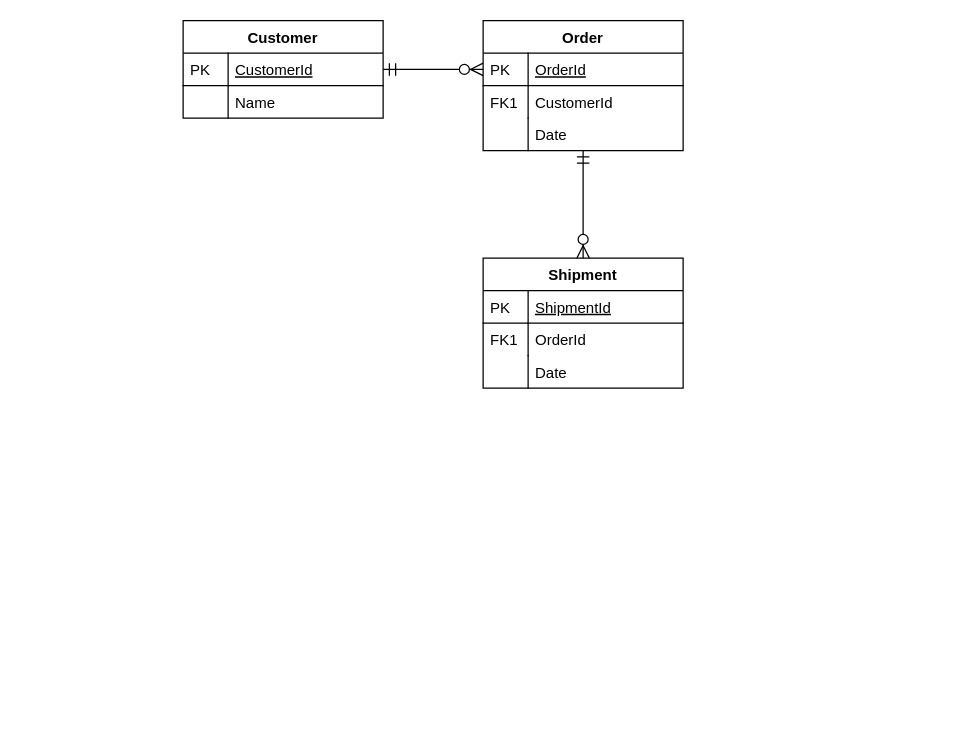
Earlier version of the draw.io diagram ehearing.drawio (avanzarit-in/e-hearing). Source tidied: cells renumbered, new cells numbered last; positions are measured from the earlier drawing's top-left corner, leaving out a move shared by most shapes. Both pictures are drawn from the tidied source at 125%, with x=0, y=0 at pixel (182, 20).
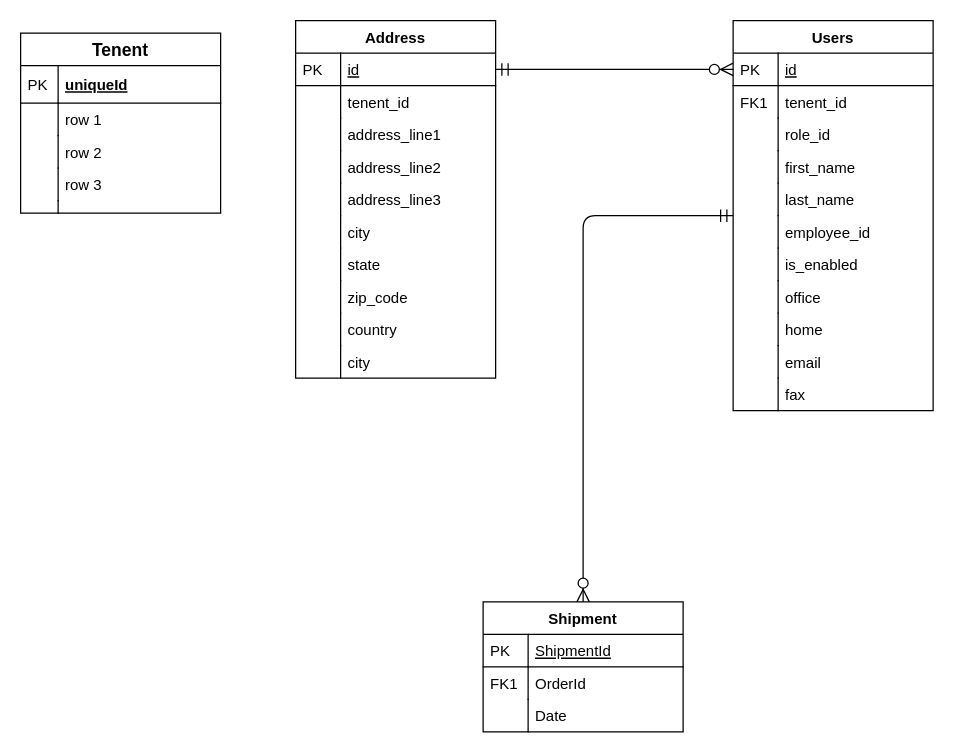
The same diagram, later.

Diff of the diagram source:
```diff
@@
-    <mxCell id="2" value="Customer" style="swimlane;fontStyle=1;horizontal=1;startSize=26;rounded=0;shadow=0;strokeWidth=1;" parent="1" vertex="1">
-      <mxGeometry width="160" height="78" as="geometry" />
-    </mxCell>
-    <mxCell id="3" value="CustomerId" style="shape=partialRectangle;top=0;left=0;right=0;bottom=1;align=left;verticalAlign=top;fillColor=none;spacingLeft=40;spacingRight=4;overflow=hidden;points=[[0,0.5],[1,0.5]];portConstraint=eastwest;rounded=0;shadow=0;strokeWidth=1;fontStyle=4;" parent="2" vertex="1">
-      <mxGeometry y="26" width="160" height="26" as="geometry" />
-    </mxCell>
-    <mxCell id="4" value="PK" style="shape=partialRectangle;top=0;left=0;bottom=0;fillColor=none;align=left;verticalAlign=top;spacingLeft=4;spacingRight=4;overflow=hidden;" parent="3" vertex="1">
-      <mxGeometry width="36" height="26" as="geometry" />
-    </mxCell>
-    <mxCell id="5" value="Name" style="shape=partialRectangle;top=0;left=0;right=0;bottom=0;align=left;verticalAlign=top;fillColor=none;spacingLeft=40;spacingRight=4;overflow=hidden;rounded=0;shadow=0;strokeWidth=1;" parent="2" vertex="1">
-      <mxGeometry y="52" width="160" height="26" as="geometry" />
-    </mxCell>
-    <mxCell id="6" style="shape=partialRectangle;top=0;left=0;bottom=0;fillColor=none;align=left;verticalAlign=top;spacingLeft=4;spacingRight=4;overflow=hidden;" parent="5" vertex="1">
-      <mxGeometry width="36" height="26" as="geometry" />
-    </mxCell>
+    <mxCell id="14" style="edgeStyle=orthogonalEdgeStyle;endArrow=ERzeroToMany;startArrow=ERmandOne;shadow=0;strokeWidth=1;endSize=8;startSize=8;" parent="1" edge="1" source="3" target="8">
+      <mxGeometry relative="1" as="geometry" />
+    </mxCell>
+    <mxCell id="22" style="edgeStyle=orthogonalEdgeStyle;endArrow=ERzeroToMany;startArrow=ERmandOne;shadow=0;strokeWidth=1;endSize=8;startSize=8;" parent="1" edge="1" source="7" target="15">
+      <mxGeometry relative="1" as="geometry" />
+    </mxCell>
-    <mxCell id="7" value="Order" style="swimlane;fontStyle=1;horizontal=1;startSize=26;rounded=0;shadow=0;strokeWidth=1;" parent="1" vertex="1">
-      <mxGeometry x="240" width="160" height="104" as="geometry" />
+    <mxCell id="7" value="Users" style="swimlane;fontStyle=1;horizontal=1;startSize=26;rounded=0;shadow=0;strokeWidth=1;" parent="1" vertex="1">
+      <mxGeometry x="440" width="160" height="312" as="geometry" />
     </mxCell>
-    <mxCell id="8" value="OrderId" style="shape=partialRectangle;top=0;left=0;right=0;bottom=1;align=left;verticalAlign=top;fillColor=none;spacingLeft=40;spacingRight=4;overflow=hidden;points=[[0,0.5],[1,0.5]];portConstraint=eastwest;rounded=0;shadow=0;strokeWidth=1;fontStyle=4;" parent="7" vertex="1">
+    <mxCell id="8" value="id" style="shape=partialRectangle;top=0;left=0;right=0;bottom=1;align=left;verticalAlign=top;fillColor=none;spacingLeft=40;spacingRight=4;overflow=hidden;points=[[0,0.5],[1,0.5]];portConstraint=eastwest;rounded=0;shadow=0;strokeWidth=1;fontStyle=4;" parent="7" vertex="1">
       <mxGeometry y="26" width="160" height="26" as="geometry" />
     </mxCell>
@@
-    <mxCell id="10" value="CustomerId" style="shape=partialRectangle;top=0;left=0;right=0;bottom=0;align=left;verticalAlign=top;fillColor=none;spacingLeft=40;spacingRight=4;overflow=hidden;rounded=0;shadow=0;strokeWidth=1;" parent="7" vertex="1">
+    <mxCell id="10" value="tenent_id" style="shape=partialRectangle;top=0;left=0;right=0;bottom=0;align=left;verticalAlign=top;fillColor=none;spacingLeft=40;spacingRight=4;overflow=hidden;rounded=0;shadow=0;strokeWidth=1;" parent="7" vertex="1">
       <mxGeometry y="52" width="160" height="26" as="geometry" />
     </mxCell>
@@
-    <mxCell id="12" value="Date" style="shape=partialRectangle;top=0;left=0;right=0;bottom=0;align=left;verticalAlign=top;fillColor=none;spacingLeft=40;spacingRight=4;overflow=hidden;rounded=0;shadow=0;strokeWidth=1;" parent="7" vertex="1">
+    <mxCell id="12" value="role_id" style="shape=partialRectangle;top=0;left=0;right=0;bottom=0;align=left;verticalAlign=top;fillColor=none;spacingLeft=40;spacingRight=4;overflow=hidden;rounded=0;shadow=0;strokeWidth=1;" parent="7" vertex="1">
       <mxGeometry y="78" width="160" height="26" as="geometry" />
     </mxCell>
@@
-    <mxCell id="14" style="edgeStyle=orthogonalEdgeStyle;endArrow=ERzeroToMany;startArrow=ERmandOne;shadow=0;strokeWidth=1;endSize=8;startSize=8;" parent="1" edge="1" source="3" target="8">
-      <mxGeometry relative="1" as="geometry" />
-    </mxCell>
+    <mxCell id="23" value="first_name" style="shape=partialRectangle;top=0;left=0;right=0;bottom=0;align=left;verticalAlign=top;fillColor=none;spacingLeft=40;spacingRight=4;overflow=hidden;rounded=0;shadow=0;strokeWidth=1;" parent="7" vertex="1">
+      <mxGeometry y="104" width="160" height="26" as="geometry" />
+    </mxCell>
+    <mxCell id="24" style="shape=partialRectangle;top=0;left=0;bottom=0;fillColor=none;align=left;verticalAlign=top;spacingLeft=4;spacingRight=4;overflow=hidden;" parent="23" vertex="1">
+      <mxGeometry width="36" height="26" as="geometry" />
+    </mxCell>
+    <mxCell id="25" value="last_name" style="shape=partialRectangle;top=0;left=0;right=0;bottom=0;align=left;verticalAlign=top;fillColor=none;spacingLeft=40;spacingRight=4;overflow=hidden;rounded=0;shadow=0;strokeWidth=1;" parent="7" vertex="1">
+      <mxGeometry y="130" width="160" height="26" as="geometry" />
+    </mxCell>
+    <mxCell id="26" style="shape=partialRectangle;top=0;left=0;bottom=0;fillColor=none;align=left;verticalAlign=top;spacingLeft=4;spacingRight=4;overflow=hidden;" parent="25" vertex="1">
+      <mxGeometry width="36" height="26" as="geometry" />
+    </mxCell>
+    <mxCell id="27" value="employee_id" style="shape=partialRectangle;top=0;left=0;right=0;bottom=0;align=left;verticalAlign=top;fillColor=none;spacingLeft=40;spacingRight=4;overflow=hidden;rounded=0;shadow=0;strokeWidth=1;" parent="7" vertex="1">
+      <mxGeometry y="156" width="160" height="26" as="geometry" />
+    </mxCell>
+    <mxCell id="28" style="shape=partialRectangle;top=0;left=0;bottom=0;fillColor=none;align=left;verticalAlign=top;spacingLeft=4;spacingRight=4;overflow=hidden;" parent="27" vertex="1">
+      <mxGeometry width="36" height="26" as="geometry" />
+    </mxCell>
+    <mxCell id="29" value="is_enabled" style="shape=partialRectangle;top=0;left=0;right=0;bottom=0;align=left;verticalAlign=top;fillColor=none;spacingLeft=40;spacingRight=4;overflow=hidden;rounded=0;shadow=0;strokeWidth=1;" parent="7" vertex="1">
+      <mxGeometry y="182" width="160" height="26" as="geometry" />
+    </mxCell>
+    <mxCell id="30" style="shape=partialRectangle;top=0;left=0;bottom=0;fillColor=none;align=left;verticalAlign=top;spacingLeft=4;spacingRight=4;overflow=hidden;" parent="29" vertex="1">
+      <mxGeometry width="36" height="26" as="geometry" />
+    </mxCell>
+    <mxCell id="31" value="office" style="shape=partialRectangle;top=0;left=0;right=0;bottom=0;align=left;verticalAlign=top;fillColor=none;spacingLeft=40;spacingRight=4;overflow=hidden;rounded=0;shadow=0;strokeWidth=1;" parent="7" vertex="1">
+      <mxGeometry y="208" width="160" height="26" as="geometry" />
+    </mxCell>
+    <mxCell id="32" style="shape=partialRectangle;top=0;left=0;bottom=0;fillColor=none;align=left;verticalAlign=top;spacingLeft=4;spacingRight=4;overflow=hidden;" parent="31" vertex="1">
+      <mxGeometry width="36" height="26" as="geometry" />
+    </mxCell>
+    <mxCell id="33" value="home" style="shape=partialRectangle;top=0;left=0;right=0;bottom=0;align=left;verticalAlign=top;fillColor=none;spacingLeft=40;spacingRight=4;overflow=hidden;rounded=0;shadow=0;strokeWidth=1;" parent="7" vertex="1">
+      <mxGeometry y="234" width="160" height="26" as="geometry" />
+    </mxCell>
+    <mxCell id="34" style="shape=partialRectangle;top=0;left=0;bottom=0;fillColor=none;align=left;verticalAlign=top;spacingLeft=4;spacingRight=4;overflow=hidden;" parent="33" vertex="1">
+      <mxGeometry width="36" height="26" as="geometry" />
+    </mxCell>
+    <mxCell id="35" value="email" style="shape=partialRectangle;top=0;left=0;right=0;bottom=0;align=left;verticalAlign=top;fillColor=none;spacingLeft=40;spacingRight=4;overflow=hidden;rounded=0;shadow=0;strokeWidth=1;" parent="7" vertex="1">
+      <mxGeometry y="260" width="160" height="26" as="geometry" />
+    </mxCell>
+    <mxCell id="36" style="shape=partialRectangle;top=0;left=0;bottom=0;fillColor=none;align=left;verticalAlign=top;spacingLeft=4;spacingRight=4;overflow=hidden;" parent="35" vertex="1">
+      <mxGeometry width="36" height="26" as="geometry" />
+    </mxCell>
+    <mxCell id="37" value="fax" style="shape=partialRectangle;top=0;left=0;right=0;bottom=0;align=left;verticalAlign=top;fillColor=none;spacingLeft=40;spacingRight=4;overflow=hidden;rounded=0;shadow=0;strokeWidth=1;" parent="7" vertex="1">
+      <mxGeometry y="286" width="160" height="26" as="geometry" />
+    </mxCell>
+    <mxCell id="38" style="shape=partialRectangle;top=0;left=0;bottom=0;fillColor=none;align=left;verticalAlign=top;spacingLeft=4;spacingRight=4;overflow=hidden;" parent="37" vertex="1">
+      <mxGeometry width="36" height="26" as="geometry" />
+    </mxCell>
+    <mxCell id="2" value="Address" style="swimlane;fontStyle=1;horizontal=1;startSize=26;rounded=0;shadow=0;strokeWidth=1;" parent="1" vertex="1">
+      <mxGeometry x="90" width="160" height="286" as="geometry" />
+    </mxCell>
+    <mxCell id="3" value="id" style="shape=partialRectangle;top=0;left=0;right=0;bottom=1;align=left;verticalAlign=top;fillColor=none;spacingLeft=40;spacingRight=4;overflow=hidden;points=[[0,0.5],[1,0.5]];portConstraint=eastwest;rounded=0;shadow=0;strokeWidth=1;fontStyle=4;" parent="2" vertex="1">
+      <mxGeometry y="26" width="160" height="26" as="geometry" />
+    </mxCell>
+    <mxCell id="4" value="PK" style="shape=partialRectangle;top=0;left=0;bottom=0;fillColor=none;align=left;verticalAlign=top;spacingLeft=4;spacingRight=4;overflow=hidden;" parent="3" vertex="1">
+      <mxGeometry width="36" height="26" as="geometry" />
+    </mxCell>
+    <mxCell id="5" value="tenent_id" style="shape=partialRectangle;top=0;left=0;right=0;bottom=0;align=left;verticalAlign=top;fillColor=none;spacingLeft=40;spacingRight=4;overflow=hidden;rounded=0;shadow=0;strokeWidth=1;" parent="2" vertex="1">
+      <mxGeometry y="52" width="160" height="26" as="geometry" />
+    </mxCell>
+    <mxCell id="6" style="shape=partialRectangle;top=0;left=0;bottom=0;fillColor=none;align=left;verticalAlign=top;spacingLeft=4;spacingRight=4;overflow=hidden;" parent="5" vertex="1">
+      <mxGeometry width="36" height="26" as="geometry" />
+    </mxCell>
+    <mxCell id="39" value="address_line1" style="shape=partialRectangle;top=0;left=0;right=0;bottom=0;align=left;verticalAlign=top;fillColor=none;spacingLeft=40;spacingRight=4;overflow=hidden;rounded=0;shadow=0;strokeWidth=1;" parent="2" vertex="1">
+      <mxGeometry y="78" width="160" height="26" as="geometry" />
+    </mxCell>
+    <mxCell id="40" style="shape=partialRectangle;top=0;left=0;bottom=0;fillColor=none;align=left;verticalAlign=top;spacingLeft=4;spacingRight=4;overflow=hidden;" parent="39" vertex="1">
+      <mxGeometry width="36" height="26" as="geometry" />
+    </mxCell>
+    <mxCell id="41" value="address_line2" style="shape=partialRectangle;top=0;left=0;right=0;bottom=0;align=left;verticalAlign=top;fillColor=none;spacingLeft=40;spacingRight=4;overflow=hidden;rounded=0;shadow=0;strokeWidth=1;" parent="2" vertex="1">
+      <mxGeometry y="104" width="160" height="26" as="geometry" />
+    </mxCell>
+    <mxCell id="42" style="shape=partialRectangle;top=0;left=0;bottom=0;fillColor=none;align=left;verticalAlign=top;spacingLeft=4;spacingRight=4;overflow=hidden;" parent="41" vertex="1">
+      <mxGeometry width="36" height="26" as="geometry" />
+    </mxCell>
+    <mxCell id="43" value="address_line3" style="shape=partialRectangle;top=0;left=0;right=0;bottom=0;align=left;verticalAlign=top;fillColor=none;spacingLeft=40;spacingRight=4;overflow=hidden;rounded=0;shadow=0;strokeWidth=1;" parent="2" vertex="1">
+      <mxGeometry y="130" width="160" height="26" as="geometry" />
+    </mxCell>
+    <mxCell id="44" style="shape=partialRectangle;top=0;left=0;bottom=0;fillColor=none;align=left;verticalAlign=top;spacingLeft=4;spacingRight=4;overflow=hidden;" parent="43" vertex="1">
+      <mxGeometry width="36" height="26" as="geometry" />
+    </mxCell>
+    <mxCell id="45" value="city" style="shape=partialRectangle;top=0;left=0;right=0;bottom=0;align=left;verticalAlign=top;fillColor=none;spacingLeft=40;spacingRight=4;overflow=hidden;rounded=0;shadow=0;strokeWidth=1;" parent="2" vertex="1">
+      <mxGeometry y="156" width="160" height="26" as="geometry" />
+    </mxCell>
+    <mxCell id="46" style="shape=partialRectangle;top=0;left=0;bottom=0;fillColor=none;align=left;verticalAlign=top;spacingLeft=4;spacingRight=4;overflow=hidden;" parent="45" vertex="1">
+      <mxGeometry width="36" height="26" as="geometry" />
+    </mxCell>
+    <mxCell id="47" value="state" style="shape=partialRectangle;top=0;left=0;right=0;bottom=0;align=left;verticalAlign=top;fillColor=none;spacingLeft=40;spacingRight=4;overflow=hidden;rounded=0;shadow=0;strokeWidth=1;" parent="2" vertex="1">
+      <mxGeometry y="182" width="160" height="26" as="geometry" />
+    </mxCell>
+    <mxCell id="48" style="shape=partialRectangle;top=0;left=0;bottom=0;fillColor=none;align=left;verticalAlign=top;spacingLeft=4;spacingRight=4;overflow=hidden;" parent="47" vertex="1">
+      <mxGeometry width="36" height="26" as="geometry" />
+    </mxCell>
+    <mxCell id="49" value="zip_code" style="shape=partialRectangle;top=0;left=0;right=0;bottom=0;align=left;verticalAlign=top;fillColor=none;spacingLeft=40;spacingRight=4;overflow=hidden;rounded=0;shadow=0;strokeWidth=1;" parent="2" vertex="1">
+      <mxGeometry y="208" width="160" height="26" as="geometry" />
+    </mxCell>
+    <mxCell id="50" style="shape=partialRectangle;top=0;left=0;bottom=0;fillColor=none;align=left;verticalAlign=top;spacingLeft=4;spacingRight=4;overflow=hidden;" parent="49" vertex="1">
+      <mxGeometry width="36" height="26" as="geometry" />
+    </mxCell>
+    <mxCell id="51" value="country" style="shape=partialRectangle;top=0;left=0;right=0;bottom=0;align=left;verticalAlign=top;fillColor=none;spacingLeft=40;spacingRight=4;overflow=hidden;rounded=0;shadow=0;strokeWidth=1;" parent="2" vertex="1">
+      <mxGeometry y="234" width="160" height="26" as="geometry" />
+    </mxCell>
+    <mxCell id="52" style="shape=partialRectangle;top=0;left=0;bottom=0;fillColor=none;align=left;verticalAlign=top;spacingLeft=4;spacingRight=4;overflow=hidden;" parent="51" vertex="1">
+      <mxGeometry width="36" height="26" as="geometry" />
+    </mxCell>
+    <mxCell id="53" value="city" style="shape=partialRectangle;top=0;left=0;right=0;bottom=0;align=left;verticalAlign=top;fillColor=none;spacingLeft=40;spacingRight=4;overflow=hidden;rounded=0;shadow=0;strokeWidth=1;" parent="2" vertex="1">
+      <mxGeometry y="260" width="160" height="26" as="geometry" />
+    </mxCell>
+    <mxCell id="54" style="shape=partialRectangle;top=0;left=0;bottom=0;fillColor=none;align=left;verticalAlign=top;spacingLeft=4;spacingRight=4;overflow=hidden;" parent="53" vertex="1">
+      <mxGeometry width="36" height="26" as="geometry" />
+    </mxCell>
+    <mxCell id="55" value="Tenent" style="swimlane;fontStyle=1;horizontal=1;startSize=26;align=center;fontSize=14;" parent="1" vertex="1">
+      <mxGeometry x="-130" y="10" width="160" height="144" as="geometry" />
+    </mxCell>
+    <mxCell id="56" value="uniqueId" style="shape=partialRectangle;top=0;left=0;right=0;bottom=1;align=left;verticalAlign=middle;fillColor=none;spacingLeft=34;spacingRight=4;overflow=hidden;fontStyle=5;fontSize=12;" parent="55" vertex="1">
+      <mxGeometry y="26" width="160" height="30" as="geometry" />
+    </mxCell>
+    <mxCell id="57" value="PK" style="shape=partialRectangle;top=0;left=0;bottom=0;fillColor=none;align=left;verticalAlign=middle;spacingLeft=4;spacingRight=4;overflow=hidden;fontSize=12;" parent="56" vertex="1">
+      <mxGeometry width="30" height="30" as="geometry" />
+    </mxCell>
+    <mxCell id="58" value="row 1" style="shape=partialRectangle;top=0;left=0;right=0;bottom=0;align=left;verticalAlign=top;fillColor=none;spacingLeft=34;spacingRight=4;overflow=hidden;fontSize=12;" parent="55" vertex="1">
+      <mxGeometry y="56" width="160" height="26" as="geometry" />
+    </mxCell>
+    <mxCell id="59" style="shape=partialRectangle;top=0;left=0;bottom=0;fillColor=none;align=left;verticalAlign=top;spacingLeft=4;spacingRight=4;overflow=hidden;fontSize=12;" parent="58" vertex="1">
+      <mxGeometry width="30" height="26" as="geometry" />
+    </mxCell>
+    <mxCell id="60" value="row 2" style="shape=partialRectangle;top=0;left=0;right=0;bottom=0;align=left;verticalAlign=top;fillColor=none;spacingLeft=34;spacingRight=4;overflow=hidden;fontSize=12;" parent="55" vertex="1">
+      <mxGeometry y="82" width="160" height="26" as="geometry" />
+    </mxCell>
+    <mxCell id="61" style="shape=partialRectangle;top=0;left=0;bottom=0;fillColor=none;align=left;verticalAlign=top;spacingLeft=4;spacingRight=4;overflow=hidden;fontSize=12;" parent="60" vertex="1">
+      <mxGeometry width="30" height="26" as="geometry" />
+    </mxCell>
+    <mxCell id="62" value="row 3" style="shape=partialRectangle;top=0;left=0;right=0;bottom=0;align=left;verticalAlign=top;fillColor=none;spacingLeft=34;spacingRight=4;overflow=hidden;fontSize=12;" parent="55" vertex="1">
+      <mxGeometry y="108" width="160" height="26" as="geometry" />
+    </mxCell>
+    <mxCell id="63" style="shape=partialRectangle;top=0;left=0;bottom=0;fillColor=none;align=left;verticalAlign=top;spacingLeft=4;spacingRight=4;overflow=hidden;fontSize=12;" parent="62" vertex="1">
+      <mxGeometry width="30" height="26" as="geometry" />
+    </mxCell>
+    <mxCell id="64" style="shape=partialRectangle;top=0;left=0;right=0;bottom=0;align=left;verticalAlign=top;fillColor=none;spacingLeft=34;spacingRight=4;overflow=hidden;fontSize=12;" parent="55" vertex="1">
+      <mxGeometry y="134" width="160" height="10" as="geometry" />
+    </mxCell>
+    <mxCell id="65" style="shape=partialRectangle;top=0;left=0;bottom=0;fillColor=none;align=left;verticalAlign=top;spacingLeft=4;spacingRight=4;overflow=hidden;fontSize=12;" parent="64" vertex="1">
+      <mxGeometry width="30" height="10" as="geometry" />
+    </mxCell>
     <mxCell id="15" value="Shipment" style="swimlane;fontStyle=1;horizontal=1;startSize=26;rounded=0;shadow=0;strokeWidth=1;" parent="1" vertex="1">
-      <mxGeometry x="240" y="190" width="160" height="104" as="geometry" />
+      <mxGeometry x="240" y="465" width="160" height="104" as="geometry" />
     </mxCell>
@@
-    <mxCell id="22" style="edgeStyle=orthogonalEdgeStyle;endArrow=ERzeroToMany;startArrow=ERmandOne;shadow=0;strokeWidth=1;endSize=8;startSize=8;" parent="1" edge="1" source="7" target="15">
-      <mxGeometry relative="1" as="geometry" />
-    </mxCell>
```
